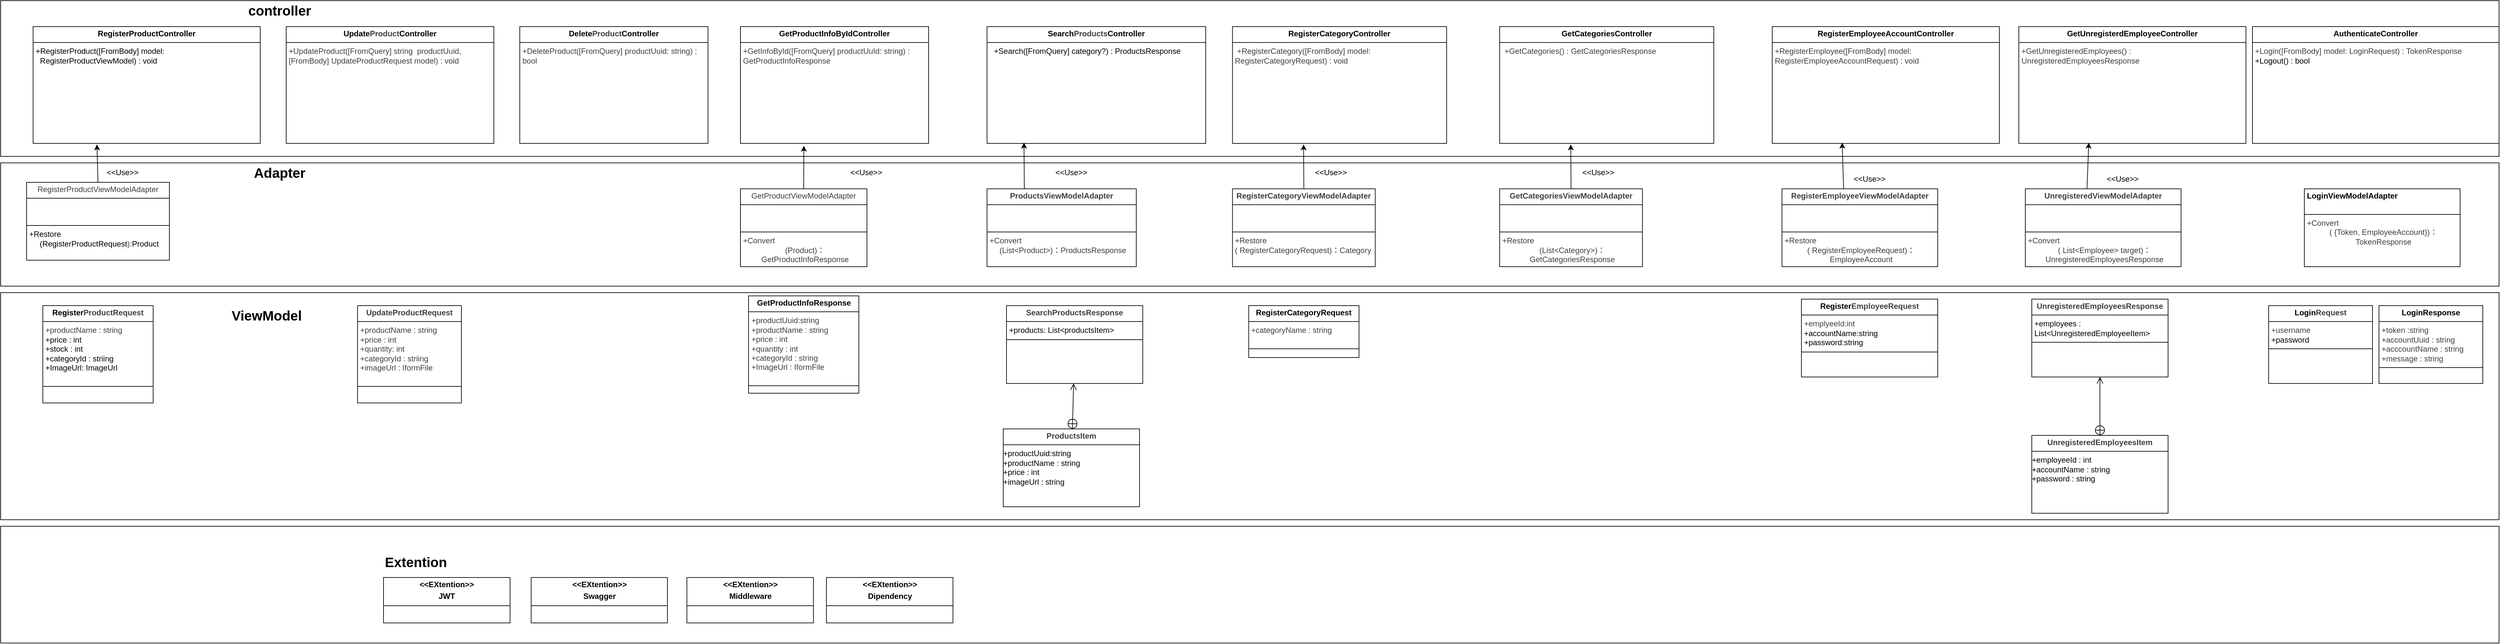
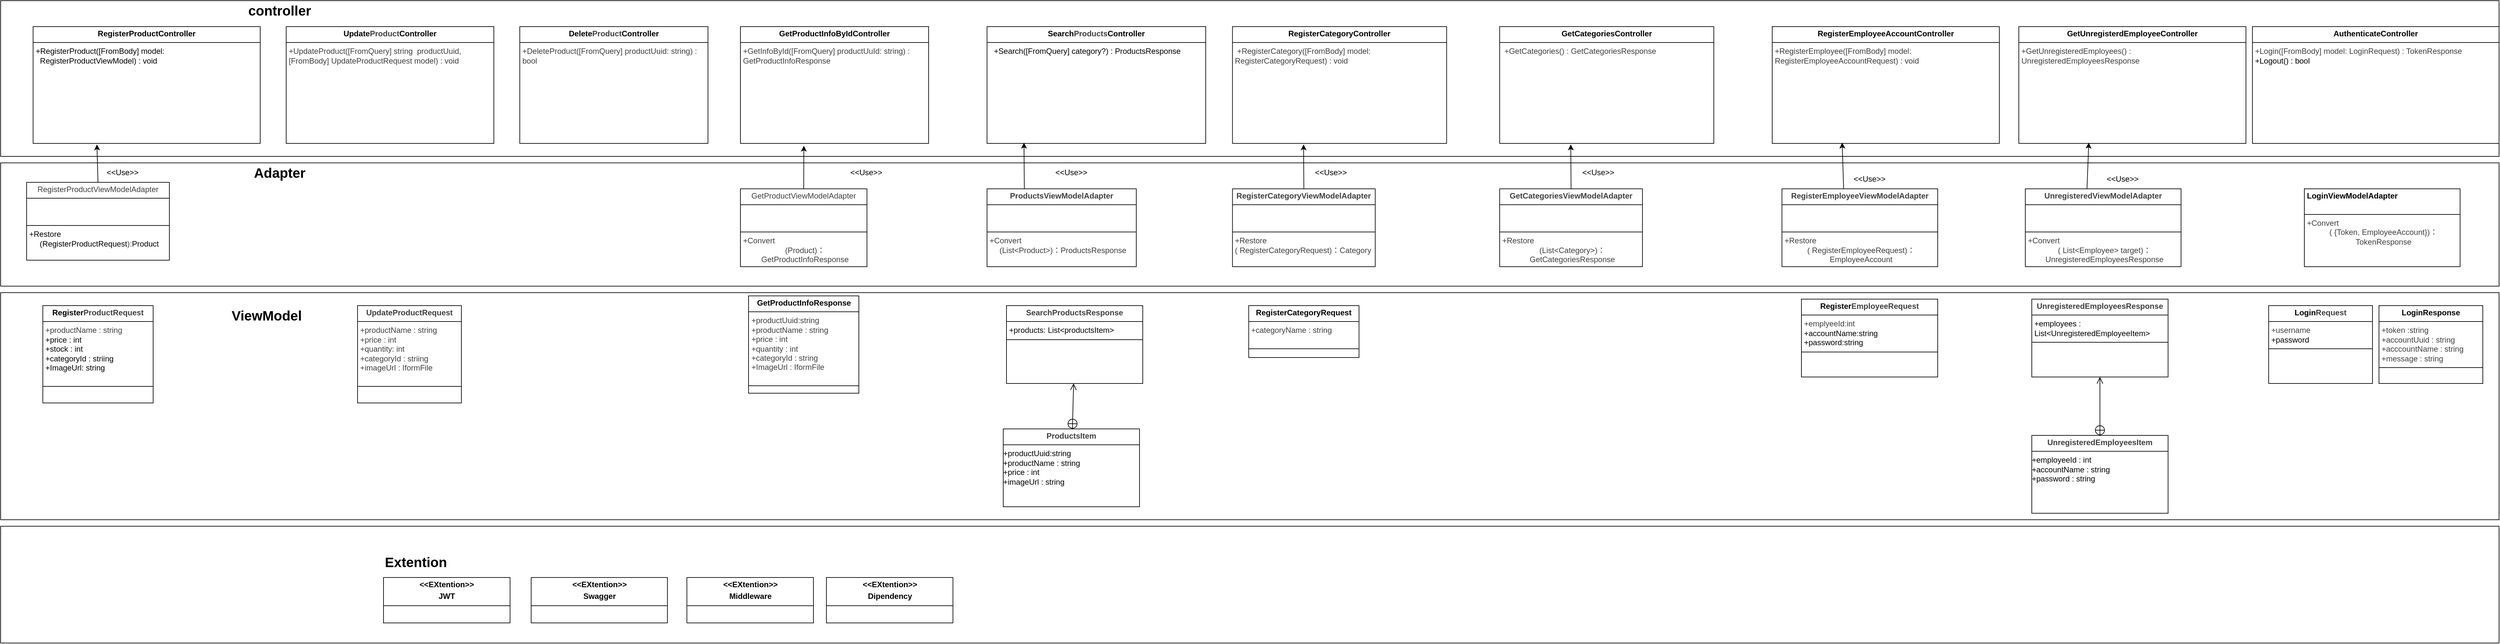
<mxfile host="65bd71144e">
    <diagram id="EApjV0AEF5bl3lN2ML2e" name="ページ1">
        <mxGraphModel dx="2465" dy="260" grid="1" gridSize="10" guides="1" tooltips="1" connect="1" arrows="1" fold="1" page="1" pageScale="1" pageWidth="827" pageHeight="1169" math="0" shadow="0">
            <root>
                <mxCell id="0"/>
                <mxCell id="1" parent="0"/>
                <mxCell id="115" value="" style="rounded=0;whiteSpace=wrap;html=1;" parent="1" vertex="1">
                    <mxGeometry x="-1030" y="1640" width="3850" height="180" as="geometry"/>
                </mxCell>
                <mxCell id="110" value="" style="rounded=0;whiteSpace=wrap;html=1;" parent="1" vertex="1">
                    <mxGeometry x="-1030" y="1280" width="3850" height="350" as="geometry"/>
                </mxCell>
                <mxCell id="108" value="" style="rounded=0;whiteSpace=wrap;html=1;" parent="1" vertex="1">
                    <mxGeometry x="-1030" y="830" width="3850" height="240" as="geometry"/>
                </mxCell>
                <mxCell id="66" value="" style="rounded=0;whiteSpace=wrap;html=1;" parent="1" vertex="1">
                    <mxGeometry x="-1030" y="1080" width="3850" height="190" as="geometry"/>
                </mxCell>
                <mxCell id="2" value="&lt;p style=&quot;margin:0px;margin-top:4px;text-align:center;&quot;&gt;&lt;b&gt;RegisterProductController&lt;/b&gt;&lt;/p&gt;&lt;hr size=&quot;1&quot; style=&quot;border-style:solid;&quot;&gt;&lt;p style=&quot;margin:0px;margin-left:4px;&quot;&gt;+RegisterProduct([FromBody] model:&amp;nbsp; &amp;nbsp;&amp;nbsp;&lt;/p&gt;&lt;p style=&quot;margin:0px;margin-left:4px;&quot;&gt;&amp;nbsp; RegisterProductViewModel) : void&lt;/p&gt;&lt;div&gt;&lt;br&gt;&lt;/div&gt;" style="verticalAlign=top;align=left;overflow=fill;html=1;whiteSpace=wrap;" parent="1" vertex="1">
                    <mxGeometry x="-980" y="870" width="350" height="180" as="geometry"/>
                </mxCell>
-                 <mxCell id="3" value="&lt;p style=&quot;margin:0px;margin-top:4px;text-align:center;&quot;&gt;&lt;b&gt;Register&lt;span style=&quot;color: rgb(63, 63, 63);&quot;&gt;ProductRequest&lt;/span&gt;&lt;/b&gt;&lt;/p&gt;&lt;hr size=&quot;1&quot; style=&quot;border-style:solid;&quot;&gt;&lt;p style=&quot;margin:0px;margin-left:4px;&quot;&gt;&lt;span style=&quot;color: rgb(63, 63, 63); background-color: transparent;&quot;&gt;+productName : string&lt;/span&gt;&lt;/p&gt;&lt;p style=&quot;margin:0px;margin-left:4px;&quot;&gt;+price : int&lt;/p&gt;&lt;p style=&quot;margin:0px;margin-left:4px;&quot;&gt;+stock : int&lt;/p&gt;&lt;p style=&quot;margin:0px;margin-left:4px;&quot;&gt;+categoryId : striing&lt;/p&gt;&lt;p style=&quot;margin:0px;margin-left:4px;&quot;&gt;+ImageUrl: ImageUrl&lt;/p&gt;&lt;p style=&quot;margin:0px;margin-left:4px;&quot;&gt;&lt;br&gt;&lt;/p&gt;&lt;hr size=&quot;1&quot; style=&quot;border-style:solid;&quot;&gt;&lt;p style=&quot;margin:0px;margin-left:4px;&quot;&gt;&lt;br&gt;&lt;/p&gt;" style="verticalAlign=top;align=left;overflow=fill;html=1;whiteSpace=wrap;" parent="1" vertex="1">
+                 <mxCell id="3" value="&lt;p style=&quot;margin:0px;margin-top:4px;text-align:center;&quot;&gt;&lt;b&gt;Register&lt;span style=&quot;color: rgb(63, 63, 63);&quot;&gt;ProductRequest&lt;/span&gt;&lt;/b&gt;&lt;/p&gt;&lt;hr size=&quot;1&quot; style=&quot;border-style:solid;&quot;&gt;&lt;p style=&quot;margin:0px;margin-left:4px;&quot;&gt;&lt;span style=&quot;color: rgb(63, 63, 63); background-color: transparent;&quot;&gt;+productName : string&lt;/span&gt;&lt;/p&gt;&lt;p style=&quot;margin:0px;margin-left:4px;&quot;&gt;+price : int&lt;/p&gt;&lt;p style=&quot;margin:0px;margin-left:4px;&quot;&gt;+stock : int&lt;/p&gt;&lt;p style=&quot;margin:0px;margin-left:4px;&quot;&gt;+categoryId : striing&lt;/p&gt;&lt;p style=&quot;margin:0px;margin-left:4px;&quot;&gt;+ImageUrl: string&lt;/p&gt;&lt;p style=&quot;margin:0px;margin-left:4px;&quot;&gt;&lt;br&gt;&lt;/p&gt;&lt;hr size=&quot;1&quot; style=&quot;border-style:solid;&quot;&gt;&lt;p style=&quot;margin:0px;margin-left:4px;&quot;&gt;&lt;br&gt;&lt;/p&gt;" style="verticalAlign=top;align=left;overflow=fill;html=1;whiteSpace=wrap;" parent="1" vertex="1">
                    <mxGeometry x="-965" y="1300" width="170" height="150" as="geometry"/>
                </mxCell>
                <mxCell id="4" value="&lt;p style=&quot;margin:0px;margin-top:4px;text-align:center;&quot;&gt;&lt;span style=&quot;color: rgb(63, 63, 63); background-color: transparent;&quot;&gt;Register&lt;span style=&quot;color: rgb(63, 63, 63); scrollbar-color: rgb(226, 226, 226) rgb(251, 251, 251);&quot;&gt;Product&lt;/span&gt;ViewModelAdapter&lt;/span&gt;&lt;/p&gt;&lt;hr size=&quot;1&quot; style=&quot;border-style:solid;&quot;&gt;&lt;p style=&quot;margin:0px;margin-left:4px;&quot;&gt;&lt;br&gt;&lt;/p&gt;&lt;p style=&quot;margin:0px;margin-left:4px;&quot;&gt;&lt;br&gt;&lt;/p&gt;&lt;hr size=&quot;1&quot; style=&quot;border-style:solid;&quot;&gt;&lt;p style=&quot;margin:0px;margin-left:4px;&quot;&gt;+Restore&lt;/p&gt;&lt;p style=&quot;text-align: center; margin: 0px 0px 0px 4px;&quot;&gt;&lt;span style=&quot;background-color: transparent;&quot;&gt;(RegisterProductRequest&lt;/span&gt;&lt;span style=&quot;background-color: transparent; color: rgb(63, 63, 63);&quot;&gt;):&lt;/span&gt;&lt;span style=&quot;background-color: transparent;&quot;&gt;Product&lt;/span&gt;&lt;/p&gt;" style="verticalAlign=top;align=left;overflow=fill;html=1;whiteSpace=wrap;" parent="1" vertex="1">
                    <mxGeometry x="-990" y="1110" width="220" height="120" as="geometry"/>
                </mxCell>
                <mxCell id="5" value="&lt;p style=&quot;margin:0px;margin-top:4px;text-align:center;&quot;&gt;&lt;b&gt;Update&lt;/b&gt;&lt;b style=&quot;color: rgb(63, 63, 63); scrollbar-color: rgb(226, 226, 226) rgb(251, 251, 251);&quot;&gt;Product&lt;/b&gt;&lt;b&gt;Controller&lt;/b&gt;&lt;/p&gt;&lt;hr size=&quot;1&quot; style=&quot;border-style:solid;&quot;&gt;&lt;p style=&quot;margin:0px;margin-left:4px;&quot;&gt;&lt;/p&gt;&lt;p style=&quot;margin:0px;margin-left:4px;&quot;&gt;&lt;span style=&quot;color: rgb(63, 63, 63); background-color: transparent;&quot;&gt;+UpdateProduct([FromQuery] string&amp;nbsp; productUuid,&amp;nbsp; [FromBody] UpdateProductRequest model) : void&lt;/span&gt;&lt;/p&gt;" style="verticalAlign=top;align=left;overflow=fill;html=1;whiteSpace=wrap;" parent="1" vertex="1">
                    <mxGeometry x="-590" y="870" width="320" height="180" as="geometry"/>
                </mxCell>
                <mxCell id="6" value="&lt;p style=&quot;margin:0px;margin-top:4px;text-align:center;&quot;&gt;&lt;b&gt;Delete&lt;/b&gt;&lt;b style=&quot;color: rgb(63, 63, 63); scrollbar-color: rgb(226, 226, 226) rgb(251, 251, 251);&quot;&gt;Product&lt;/b&gt;&lt;b&gt;Controller&lt;/b&gt;&lt;/p&gt;&lt;hr size=&quot;1&quot; style=&quot;border-style:solid;&quot;&gt;&lt;p style=&quot;color: rgb(63, 63, 63); scrollbar-color: rgb(226, 226, 226) rgb(251, 251, 251); margin: 0px 0px 0px 4px;&quot;&gt;&lt;span style=&quot;background-color: transparent;&quot;&gt;+DeleteProduct([FromQuery] productUuid: string) : bool&lt;/span&gt;&lt;/p&gt;" style="verticalAlign=top;align=left;overflow=fill;html=1;whiteSpace=wrap;" parent="1" vertex="1">
                    <mxGeometry x="-230" y="870" width="290" height="180" as="geometry"/>
                </mxCell>
                <mxCell id="7" value="&lt;p style=&quot;margin:0px;margin-top:4px;text-align:center;&quot;&gt;&lt;b&gt;Search&lt;/b&gt;&lt;b style=&quot;color: rgb(63, 63, 63); scrollbar-color: rgb(226, 226, 226) rgb(251, 251, 251);&quot;&gt;Products&lt;/b&gt;&lt;b&gt;Controller&lt;/b&gt;&lt;/p&gt;&lt;hr size=&quot;1&quot; style=&quot;border-style:solid;&quot;&gt;&lt;p style=&quot;margin:0px;margin-left:4px;&quot;&gt;&amp;nbsp; +Search([FromQuery] category?) : ProductsResponse&lt;/p&gt;" style="verticalAlign=top;align=left;overflow=fill;html=1;whiteSpace=wrap;" parent="1" vertex="1">
                    <mxGeometry x="490" y="870" width="337" height="180" as="geometry"/>
                </mxCell>
                <mxCell id="8" value="&lt;p style=&quot;margin:0px;margin-top:4px;text-align:center;&quot;&gt;&lt;b&gt;RegisterEmployeeAccountController&lt;/b&gt;&lt;/p&gt;&lt;hr size=&quot;1&quot; style=&quot;border-style:solid;&quot;&gt;&lt;p style=&quot;margin:0px;margin-left:4px;&quot;&gt;&lt;span style=&quot;color: rgb(63, 63, 63); background-color: transparent;&quot;&gt;+RegisterEmployee([FromBody] model: RegisterEmployeeAccountRequest) : void&lt;/span&gt;&lt;/p&gt;&lt;div&gt;&lt;br&gt;&lt;/div&gt;" style="verticalAlign=top;align=left;overflow=fill;html=1;whiteSpace=wrap;" parent="1" vertex="1">
                    <mxGeometry x="1700" y="870" width="350" height="180" as="geometry"/>
                </mxCell>
                <mxCell id="9" value="&lt;p style=&quot;margin:0px;margin-top:4px;text-align:center;&quot;&gt;&lt;b&gt;AuthenticateController&lt;/b&gt;&lt;/p&gt;&lt;hr size=&quot;1&quot; style=&quot;border-style:solid;&quot;&gt;&lt;p style=&quot;margin:0px;margin-left:4px;&quot;&gt;&lt;span style=&quot;color: rgb(63, 63, 63); background-color: transparent;&quot;&gt;+Login([FromBody] model: LoginRequest) : TokenResponse&amp;nbsp;&lt;/span&gt;&lt;/p&gt;&lt;p style=&quot;margin:0px;margin-left:4px;&quot;&gt;+Logout() : bool&lt;/p&gt;" style="verticalAlign=top;align=left;overflow=fill;html=1;whiteSpace=wrap;" parent="1" vertex="1">
                    <mxGeometry x="2440" y="870" width="380" height="180" as="geometry"/>
                </mxCell>
                <mxCell id="10" value="&lt;p style=&quot;margin:0px;margin-top:4px;text-align:center;&quot;&gt;&lt;b&gt;&lt;span style=&quot;background-color: transparent; color: rgb(63, 63, 63); scrollbar-color: rgb(226, 226, 226) rgb(251, 251, 251);&quot;&gt;Update&lt;/span&gt;&lt;span style=&quot;color: rgb(63, 63, 63);&quot;&gt;ProductRequest&lt;/span&gt;&lt;/b&gt;&lt;/p&gt;&lt;hr size=&quot;1&quot; style=&quot;border-style:solid;&quot;&gt;&lt;p style=&quot;color: rgb(63, 63, 63); scrollbar-color: rgb(226, 226, 226) rgb(251, 251, 251); margin: 0px 0px 0px 4px;&quot;&gt;&lt;span style=&quot;scrollbar-color: rgb(226, 226, 226) rgb(251, 251, 251); background-color: transparent; color: rgb(63, 63, 63);&quot;&gt;+productName : string&lt;/span&gt;&lt;/p&gt;&lt;p style=&quot;color: rgb(63, 63, 63); scrollbar-color: rgb(226, 226, 226) rgb(251, 251, 251); margin: 0px 0px 0px 4px;&quot;&gt;+price : int&lt;/p&gt;&lt;p style=&quot;color: rgb(63, 63, 63); scrollbar-color: rgb(226, 226, 226) rgb(251, 251, 251); margin: 0px 0px 0px 4px;&quot;&gt;+quantity: int&lt;/p&gt;&lt;p style=&quot;color: rgb(63, 63, 63); scrollbar-color: rgb(226, 226, 226) rgb(251, 251, 251); margin: 0px 0px 0px 4px;&quot;&gt;+categoryId : striing&lt;/p&gt;&lt;p style=&quot;color: rgb(63, 63, 63); scrollbar-color: rgb(226, 226, 226) rgb(251, 251, 251); margin: 0px 0px 0px 4px;&quot;&gt;+imageUrl : IformFile&lt;/p&gt;&lt;p style=&quot;color: rgb(63, 63, 63); scrollbar-color: rgb(226, 226, 226) rgb(251, 251, 251); margin: 0px 0px 0px 4px;&quot;&gt;&lt;br style=&quot;color: rgb(63, 63, 63); scrollbar-color: rgb(226, 226, 226) rgb(251, 251, 251);&quot;&gt;&lt;/p&gt;&lt;hr size=&quot;1&quot; style=&quot;border-style:solid;&quot;&gt;&lt;p style=&quot;margin:0px;margin-left:4px;&quot;&gt;&lt;br&gt;&lt;/p&gt;" style="verticalAlign=top;align=left;overflow=fill;html=1;whiteSpace=wrap;" parent="1" vertex="1">
                    <mxGeometry x="-480" y="1300" width="160" height="150" as="geometry"/>
                </mxCell>
                <mxCell id="12" value="&lt;p style=&quot;margin:0px;margin-top:4px;text-align:center;&quot;&gt;&lt;b&gt;Register&lt;/b&gt;&lt;b style=&quot;scrollbar-color: rgb(226, 226, 226) rgb(251, 251, 251); background-color: transparent; color: rgb(63, 63, 63);&quot;&gt;EmployeeRequest&lt;/b&gt;&lt;/p&gt;&lt;hr size=&quot;1&quot; style=&quot;border-style:solid;&quot;&gt;&lt;p style=&quot;margin:0px;margin-left:4px;&quot;&gt;&lt;span style=&quot;color: rgb(63, 63, 63); background-color: transparent;&quot;&gt;+emplyeeId:int&lt;/span&gt;&lt;/p&gt;&lt;p style=&quot;margin:0px;margin-left:4px;&quot;&gt;+accountName:string&lt;/p&gt;&lt;p style=&quot;margin:0px;margin-left:4px;&quot;&gt;+password:string&lt;/p&gt;&lt;hr size=&quot;1&quot; style=&quot;border-style:solid;&quot;&gt;&lt;p style=&quot;margin:0px;margin-left:4px;&quot;&gt;&lt;br&gt;&lt;/p&gt;" style="verticalAlign=top;align=left;overflow=fill;html=1;whiteSpace=wrap;" parent="1" vertex="1">
                    <mxGeometry x="1745" y="1290" width="210" height="120" as="geometry"/>
                </mxCell>
                <mxCell id="13" value="&lt;p style=&quot;margin:0px;margin-top:4px;text-align:center;&quot;&gt;&lt;b style=&quot;color: rgb(63, 63, 63); background-color: transparent;&quot;&gt;Register&lt;span style=&quot;color: rgb(63, 63, 63);&quot;&gt;Employee&lt;/span&gt;ViewModelAdapter&lt;/b&gt;&lt;/p&gt;&lt;hr size=&quot;1&quot; style=&quot;border-style:solid;&quot;&gt;&lt;p style=&quot;margin:0px;margin-left:4px;&quot;&gt;&lt;br&gt;&lt;/p&gt;&lt;p style=&quot;margin:0px;margin-left:4px;&quot;&gt;&lt;br&gt;&lt;/p&gt;&lt;hr size=&quot;1&quot; style=&quot;border-style:solid;&quot;&gt;&lt;p style=&quot;margin:0px;margin-left:4px;&quot;&gt;&lt;span style=&quot;color: rgb(63, 63, 63); scrollbar-color: rgb(226, 226, 226) rgb(251, 251, 251); background-color: transparent;&quot;&gt;+Restore&lt;/span&gt;&lt;/p&gt;&lt;p style=&quot;text-align: center; margin: 0px 0px 0px 4px;&quot;&gt;&lt;span style=&quot;color: rgb(63, 63, 63); scrollbar-color: rgb(226, 226, 226) rgb(251, 251, 251); background-color: transparent;&quot;&gt;(&lt;/span&gt;&lt;span style=&quot;scrollbar-color: rgb(226, 226, 226) rgb(251, 251, 251); background-color: transparent; text-align: center; color: rgb(63, 63, 63);&quot;&gt;&amp;nbsp;RegisterEmployeeRequest&lt;/span&gt;&lt;span style=&quot;background-color: transparent; scrollbar-color: rgb(226, 226, 226) rgb(251, 251, 251); color: rgb(63, 63, 63);&quot;&gt;)&lt;/span&gt;&lt;span style=&quot;background-color: transparent; color: rgb(63, 63, 63);&quot;&gt;：EmployeeAccount&lt;/span&gt;&lt;/p&gt;" style="verticalAlign=top;align=left;overflow=fill;html=1;whiteSpace=wrap;" parent="1" vertex="1">
                    <mxGeometry x="1715" y="1120" width="240" height="120" as="geometry"/>
                </mxCell>
                <mxCell id="16" value="&lt;p style=&quot;margin:0px;margin-top:4px;text-align:center;&quot;&gt;&lt;b&gt;Login&lt;span style=&quot;color: rgb(63, 63, 63);&quot;&gt;Request&lt;/span&gt;&lt;/b&gt;&lt;/p&gt;&lt;hr size=&quot;1&quot; style=&quot;border-style:solid;&quot;&gt;&lt;p style=&quot;margin:0px;margin-left:4px;&quot;&gt;&lt;span style=&quot;color: rgb(63, 63, 63); background-color: transparent;&quot;&gt;+username&lt;/span&gt;&lt;/p&gt;&lt;p style=&quot;margin:0px;margin-left:4px;&quot;&gt;+password&lt;/p&gt;&lt;hr size=&quot;1&quot; style=&quot;border-style:solid;&quot;&gt;&lt;p style=&quot;margin:0px;margin-left:4px;&quot;&gt;&lt;br&gt;&lt;/p&gt;" style="verticalAlign=top;align=left;overflow=fill;html=1;whiteSpace=wrap;" parent="1" vertex="1">
                    <mxGeometry x="2465" y="1300" width="160" height="120" as="geometry"/>
                </mxCell>
                <mxCell id="17" value="&lt;p style=&quot;margin:0px;margin-top:4px;text-align:center;&quot;&gt;&lt;b&gt;LoginResponse&lt;/b&gt;&lt;/p&gt;&lt;hr size=&quot;1&quot; style=&quot;border-style:solid;&quot;&gt;&lt;p style=&quot;margin:0px;margin-left:4px;&quot;&gt;&lt;span style=&quot;color: rgb(63, 63, 63); background-color: transparent;&quot;&gt;+token :string&lt;/span&gt;&lt;/p&gt;&lt;p style=&quot;margin:0px;margin-left:4px;&quot;&gt;&lt;span style=&quot;color: rgb(63, 63, 63); background-color: transparent;&quot;&gt;+accountUuid : string&lt;/span&gt;&lt;/p&gt;&lt;p style=&quot;margin:0px;margin-left:4px;&quot;&gt;&lt;span style=&quot;color: rgb(63, 63, 63); background-color: transparent;&quot;&gt;+acccountName : string&lt;/span&gt;&lt;/p&gt;&lt;p style=&quot;margin:0px;margin-left:4px;&quot;&gt;&lt;span style=&quot;color: rgb(63, 63, 63); background-color: transparent;&quot;&gt;+message : string&lt;/span&gt;&lt;/p&gt;&lt;hr size=&quot;1&quot; style=&quot;border-style:solid;&quot;&gt;&lt;p style=&quot;margin:0px;margin-left:4px;&quot;&gt;&lt;br&gt;&lt;/p&gt;" style="verticalAlign=top;align=left;overflow=fill;html=1;whiteSpace=wrap;" parent="1" vertex="1">
                    <mxGeometry x="2635" y="1300" width="160" height="120" as="geometry"/>
                </mxCell>
                <mxCell id="18" value="&lt;p style=&quot;margin:0px;margin-top:4px;text-align:center;&quot;&gt;&lt;b&gt;&amp;lt;&amp;lt;EXtention&amp;gt;&amp;gt;&lt;/b&gt;&lt;/p&gt;&lt;p style=&quot;margin:0px;margin-top:4px;text-align:center;&quot;&gt;&lt;b&gt;JWT&lt;/b&gt;&lt;/p&gt;&lt;hr size=&quot;1&quot; style=&quot;border-style:solid;&quot;&gt;&lt;p style=&quot;margin:0px;margin-left:4px;&quot;&gt;&lt;br&gt;&lt;/p&gt;&lt;p style=&quot;margin:0px;margin-left:4px;&quot;&gt;&lt;br&gt;&lt;/p&gt;&lt;hr size=&quot;1&quot; style=&quot;border-style:solid;&quot;&gt;&lt;p style=&quot;margin:0px;margin-left:4px;&quot;&gt;&lt;br&gt;&lt;/p&gt;&lt;p style=&quot;margin:0px;margin-left:4px;&quot;&gt;&lt;br&gt;&lt;/p&gt;" style="verticalAlign=top;align=left;overflow=fill;html=1;whiteSpace=wrap;" parent="1" vertex="1">
                    <mxGeometry x="-440" y="1719" width="195" height="70" as="geometry"/>
                </mxCell>
                <mxCell id="19" value="&lt;p style=&quot;margin:0px;margin-top:4px;text-align:center;&quot;&gt;&lt;b&gt;&amp;lt;&amp;lt;EXtention&amp;gt;&amp;gt;&lt;/b&gt;&lt;/p&gt;&lt;p style=&quot;margin:0px;margin-top:4px;text-align:center;&quot;&gt;&lt;b&gt;Swagger&lt;/b&gt;&lt;/p&gt;&lt;hr size=&quot;1&quot; style=&quot;border-style:solid;&quot;&gt;&lt;p style=&quot;margin:0px;margin-left:4px;&quot;&gt;&lt;br&gt;&lt;/p&gt;&lt;p style=&quot;margin:0px;margin-left:4px;&quot;&gt;&lt;br&gt;&lt;/p&gt;&lt;hr size=&quot;1&quot; style=&quot;border-style:solid;&quot;&gt;&lt;p style=&quot;margin:0px;margin-left:4px;&quot;&gt;&lt;br&gt;&lt;/p&gt;" style="verticalAlign=top;align=left;overflow=fill;html=1;whiteSpace=wrap;" parent="1" vertex="1">
                    <mxGeometry x="-212.5" y="1719" width="210" height="70" as="geometry"/>
                </mxCell>
                <mxCell id="20" value="&lt;p style=&quot;margin:0px;margin-top:4px;text-align:center;&quot;&gt;&lt;b&gt;&amp;lt;&amp;lt;EXtention&amp;gt;&amp;gt;&lt;/b&gt;&lt;/p&gt;&lt;p style=&quot;margin:0px;margin-top:4px;text-align:center;&quot;&gt;&lt;b&gt;Middleware&lt;/b&gt;&lt;/p&gt;&lt;hr size=&quot;1&quot; style=&quot;border-style:solid;&quot;&gt;&lt;p style=&quot;margin:0px;margin-left:4px;&quot;&gt;&lt;br&gt;&lt;/p&gt;&lt;hr size=&quot;1&quot; style=&quot;border-style:solid;&quot;&gt;&lt;p style=&quot;margin:0px;margin-left:4px;&quot;&gt;&lt;br&gt;&lt;/p&gt;" style="verticalAlign=top;align=left;overflow=fill;html=1;whiteSpace=wrap;" parent="1" vertex="1">
                    <mxGeometry x="27.5" y="1719" width="195" height="70" as="geometry"/>
                </mxCell>
                <mxCell id="21" value="&lt;p style=&quot;margin:0px;margin-top:4px;text-align:center;&quot;&gt;&lt;b&gt;&amp;lt;&amp;lt;EXtention&amp;gt;&amp;gt;&lt;/b&gt;&lt;/p&gt;&lt;p style=&quot;margin:0px;margin-top:4px;text-align:center;&quot;&gt;&lt;b&gt;Dipendency&lt;/b&gt;&lt;/p&gt;&lt;hr size=&quot;1&quot; style=&quot;border-style:solid;&quot;&gt;&lt;p style=&quot;margin:0px;margin-left:4px;&quot;&gt;&lt;br&gt;&lt;/p&gt;&lt;hr size=&quot;1&quot; style=&quot;border-style:solid;&quot;&gt;&lt;p style=&quot;margin:0px;margin-left:4px;&quot;&gt;&lt;br&gt;&lt;/p&gt;&lt;p style=&quot;margin:0px;margin-left:4px;&quot;&gt;&lt;br&gt;&lt;/p&gt;" style="verticalAlign=top;align=left;overflow=fill;html=1;whiteSpace=wrap;" parent="1" vertex="1">
                    <mxGeometry x="242.5" y="1719" width="195" height="70" as="geometry"/>
                </mxCell>
                <mxCell id="22" value="&lt;p style=&quot;margin:0px;margin-top:4px;text-align:center;&quot;&gt;&lt;b&gt;RegisterCategoryController&lt;/b&gt;&lt;/p&gt;&lt;hr size=&quot;1&quot; style=&quot;border-style:solid;&quot;&gt;&lt;p style=&quot;margin:0px;margin-left:4px;&quot;&gt;&lt;/p&gt;&lt;p style=&quot;margin:0px;margin-left:4px;&quot;&gt;&lt;span style=&quot;color: rgb(63, 63, 63); background-color: transparent;&quot;&gt;&amp;nbsp;+RegisterCategory([FromBody] model: RegisterCategoryRequest) : void&lt;/span&gt;&lt;/p&gt;" style="verticalAlign=top;align=left;overflow=fill;html=1;whiteSpace=wrap;" parent="1" vertex="1">
                    <mxGeometry x="868.25" y="870" width="330" height="180" as="geometry"/>
                </mxCell>
                <mxCell id="23" value="&lt;p style=&quot;margin:0px;margin-top:4px;text-align:center;&quot;&gt;&lt;b&gt;RegisterCategoryRequest&lt;/b&gt;&lt;/p&gt;&lt;hr size=&quot;1&quot; style=&quot;border-style:solid;&quot;&gt;&lt;p style=&quot;color: rgb(63, 63, 63); scrollbar-color: rgb(226, 226, 226) rgb(251, 251, 251); margin: 0px 0px 0px 4px;&quot;&gt;+categoryName : string&lt;/p&gt;&lt;p style=&quot;margin:0px;margin-left:4px;&quot;&gt;&lt;br&gt;&lt;/p&gt;&lt;hr size=&quot;1&quot; style=&quot;border-style:solid;&quot;&gt;&lt;p style=&quot;margin:0px;margin-left:4px;&quot;&gt;&lt;br&gt;&lt;/p&gt;" style="verticalAlign=top;align=left;overflow=fill;html=1;whiteSpace=wrap;" parent="1" vertex="1">
                    <mxGeometry x="893.25" y="1300" width="170" height="80" as="geometry"/>
                </mxCell>
                <mxCell id="26" style="edgeStyle=none;html=1;exitX=0.5;exitY=0;exitDx=0;exitDy=0;entryX=0.281;entryY=1.009;entryDx=0;entryDy=0;entryPerimeter=0;" parent="1" source="4" target="2" edge="1">
                    <mxGeometry relative="1" as="geometry"/>
                </mxCell>
                <mxCell id="31" value="&lt;p style=&quot;margin:0px;margin-top:4px;text-align:center;&quot;&gt;&lt;b style=&quot;color: rgb(63, 63, 63); background-color: transparent;&quot;&gt;RegisterCategoryViewModelAdapter&lt;/b&gt;&lt;/p&gt;&lt;hr size=&quot;1&quot; style=&quot;border-style:solid;&quot;&gt;&lt;p style=&quot;margin:0px;margin-left:4px;&quot;&gt;&lt;br&gt;&lt;/p&gt;&lt;p style=&quot;margin:0px;margin-left:4px;&quot;&gt;&lt;br&gt;&lt;/p&gt;&lt;hr size=&quot;1&quot; style=&quot;border-style:solid;&quot;&gt;&lt;p style=&quot;margin:0px;margin-left:4px;&quot;&gt;&lt;span style=&quot;color: rgb(63, 63, 63); scrollbar-color: rgb(226, 226, 226) rgb(251, 251, 251); background-color: transparent;&quot;&gt;+Restore&lt;/span&gt;&lt;/p&gt;&lt;p style=&quot;margin:0px;margin-left:4px;&quot;&gt;&lt;span style=&quot;color: rgb(63, 63, 63); scrollbar-color: rgb(226, 226, 226) rgb(251, 251, 251); background-color: transparent;&quot;&gt;(&lt;/span&gt;&lt;span style=&quot;scrollbar-color: rgb(226, 226, 226) rgb(251, 251, 251); background-color: transparent; text-align: center; color: rgb(63, 63, 63);&quot;&gt;&amp;nbsp;RegisterCategoryRequest&lt;/span&gt;&lt;span style=&quot;background-color: transparent; scrollbar-color: rgb(226, 226, 226) rgb(251, 251, 251); color: rgb(63, 63, 63);&quot;&gt;)&lt;/span&gt;&lt;span style=&quot;background-color: transparent; color: rgb(63, 63, 63);&quot;&gt;：Category&lt;/span&gt;&lt;/p&gt;" style="verticalAlign=top;align=left;overflow=fill;html=1;whiteSpace=wrap;" parent="1" vertex="1">
                    <mxGeometry x="868.25" y="1120" width="220" height="120" as="geometry"/>
                </mxCell>
                <mxCell id="33" style="edgeStyle=none;html=1;exitX=0.5;exitY=0;exitDx=0;exitDy=0;entryX=0.332;entryY=1.009;entryDx=0;entryDy=0;entryPerimeter=0;" parent="1" source="31" target="22" edge="1">
                    <mxGeometry relative="1" as="geometry"/>
                </mxCell>
                <mxCell id="34" style="edgeStyle=none;html=1;exitX=0.396;exitY=0;exitDx=0;exitDy=0;entryX=0.308;entryY=0.994;entryDx=0;entryDy=0;entryPerimeter=0;exitPerimeter=0;" parent="1" source="13" target="8" edge="1">
                    <mxGeometry relative="1" as="geometry"/>
                </mxCell>
                <mxCell id="38" value="&amp;lt;&amp;lt;Use&amp;gt;&amp;gt;" style="text;html=1;align=center;verticalAlign=middle;whiteSpace=wrap;rounded=0;" parent="1" vertex="1">
                    <mxGeometry x="1820" y="1090" width="60" height="30" as="geometry"/>
                </mxCell>
                <mxCell id="39" value="&amp;lt;&amp;lt;Use&amp;gt;&amp;gt;" style="text;html=1;align=center;verticalAlign=middle;whiteSpace=wrap;rounded=0;" parent="1" vertex="1">
                    <mxGeometry x="990" y="1080" width="60" height="30" as="geometry"/>
                </mxCell>
                <mxCell id="42" value="&amp;lt;&amp;lt;Use&amp;gt;&amp;gt;" style="text;html=1;align=center;verticalAlign=middle;whiteSpace=wrap;rounded=0;" parent="1" vertex="1">
                    <mxGeometry x="-871.75" y="1080" width="60" height="30" as="geometry"/>
                </mxCell>
                <mxCell id="47" value="controller" style="text;html=1;align=center;verticalAlign=middle;whiteSpace=wrap;rounded=0;fontStyle=1;fontSize=21;" parent="1" vertex="1">
                    <mxGeometry x="-630" y="830" width="60" height="30" as="geometry"/>
                </mxCell>
                <mxCell id="64" value="Adapter" style="text;html=1;align=center;verticalAlign=middle;whiteSpace=wrap;rounded=0;fontStyle=1;fontSize=21;" parent="1" vertex="1">
                    <mxGeometry x="-630" y="1080" width="60" height="30" as="geometry"/>
                </mxCell>
                <mxCell id="67" value="ViewModel" style="text;html=1;align=center;verticalAlign=middle;whiteSpace=wrap;rounded=0;fontStyle=1;fontSize=21;" parent="1" vertex="1">
                    <mxGeometry x="-650" y="1300" width="60" height="30" as="geometry"/>
                </mxCell>
                <mxCell id="68" value="Extention" style="text;html=1;align=center;verticalAlign=middle;whiteSpace=wrap;rounded=0;fontStyle=1;fontSize=21;" parent="1" vertex="1">
                    <mxGeometry x="-420" y="1680" width="60" height="30" as="geometry"/>
                </mxCell>
                <mxCell id="80" value="&lt;p style=&quot;margin:0px;margin-top:4px;text-align:center;&quot;&gt;&lt;span style=&quot;color: rgb(63, 63, 63); background-color: transparent;&quot;&gt;&lt;b&gt;&lt;span style=&quot;color: rgb(63, 63, 63);&quot;&gt;Products&lt;/span&gt;ViewModelAdapter&lt;/b&gt;&lt;/span&gt;&lt;/p&gt;&lt;hr size=&quot;1&quot; style=&quot;border-style:solid;&quot;&gt;&lt;p style=&quot;margin:0px;margin-left:4px;&quot;&gt;&lt;br&gt;&lt;/p&gt;&lt;p style=&quot;margin:0px;margin-left:4px;&quot;&gt;&lt;br&gt;&lt;/p&gt;&lt;hr size=&quot;1&quot; style=&quot;border-style:solid;&quot;&gt;&lt;p style=&quot;margin:0px;margin-left:4px;&quot;&gt;&lt;span style=&quot;color: rgb(63, 63, 63); scrollbar-color: rgb(226, 226, 226) rgb(251, 251, 251); background-color: transparent;&quot;&gt;+Convert&lt;/span&gt;&lt;/p&gt;&lt;p style=&quot;text-align: center; margin: 0px 0px 0px 4px;&quot;&gt;&lt;span style=&quot;color: rgb(63, 63, 63); scrollbar-color: rgb(226, 226, 226) rgb(251, 251, 251); background-color: transparent;&quot;&gt;(List&amp;lt;Product&amp;gt;&lt;/span&gt;&lt;span style=&quot;background-color: transparent; scrollbar-color: rgb(226, 226, 226) rgb(251, 251, 251); color: rgb(63, 63, 63);&quot;&gt;)&lt;/span&gt;&lt;span style=&quot;background-color: transparent; color: rgb(63, 63, 63);&quot;&gt;：&lt;/span&gt;&lt;span style=&quot;background-color: transparent; scrollbar-color: rgb(226, 226, 226) rgb(251, 251, 251); color: rgb(63, 63, 63);&quot;&gt;ProductsResponse&lt;/span&gt;&lt;/p&gt;" style="verticalAlign=top;align=left;overflow=fill;html=1;whiteSpace=wrap;" parent="1" vertex="1">
                    <mxGeometry x="490" y="1120" width="230" height="120" as="geometry"/>
                </mxCell>
                <mxCell id="81" value="&amp;lt;&amp;lt;Use&amp;gt;&amp;gt;" style="text;html=1;align=center;verticalAlign=middle;whiteSpace=wrap;rounded=0;" parent="1" vertex="1">
                    <mxGeometry x="590" y="1080" width="60" height="30" as="geometry"/>
                </mxCell>
                <mxCell id="82" style="edgeStyle=none;html=1;exitX=0.25;exitY=0;exitDx=0;exitDy=0;entryX=0.169;entryY=0.994;entryDx=0;entryDy=0;entryPerimeter=0;" parent="1" source="80" target="7" edge="1">
                    <mxGeometry relative="1" as="geometry"/>
                </mxCell>
                <mxCell id="84" value="&lt;p style=&quot;margin:0px;margin-top:4px;text-align:center;&quot;&gt;&lt;b&gt;GetUnregisterdEmployeeController&lt;/b&gt;&lt;/p&gt;&lt;hr size=&quot;1&quot; style=&quot;border-style:solid;&quot;&gt;&lt;p style=&quot;margin:0px;margin-left:4px;&quot;&gt;&lt;span style=&quot;color: rgb(63, 63, 63); background-color: transparent;&quot;&gt;+GetUnregisteredEmployees() : UnregisteredEmployeesResponse&lt;/span&gt;&lt;/p&gt;&lt;div&gt;&lt;br&gt;&lt;/div&gt;" style="verticalAlign=top;align=left;overflow=fill;html=1;whiteSpace=wrap;" parent="1" vertex="1">
                    <mxGeometry x="2080" y="870" width="350" height="180" as="geometry"/>
                </mxCell>
                <mxCell id="85" value="&lt;p style=&quot;margin:0px;margin-top:4px;text-align:center;&quot;&gt;&lt;b style=&quot;color: rgb(63, 63, 63); background-color: transparent;&quot;&gt;UnregisteredViewModelAdapter&lt;/b&gt;&lt;/p&gt;&lt;hr size=&quot;1&quot; style=&quot;border-style:solid;&quot;&gt;&lt;p style=&quot;margin:0px;margin-left:4px;&quot;&gt;&lt;br&gt;&lt;/p&gt;&lt;p style=&quot;margin:0px;margin-left:4px;&quot;&gt;&lt;br&gt;&lt;/p&gt;&lt;hr size=&quot;1&quot; style=&quot;border-style:solid;&quot;&gt;&lt;p style=&quot;margin:0px;margin-left:4px;&quot;&gt;&lt;span style=&quot;color: rgb(63, 63, 63); scrollbar-color: rgb(226, 226, 226) rgb(251, 251, 251); background-color: transparent;&quot;&gt;+Convert&lt;/span&gt;&lt;/p&gt;&lt;p style=&quot;text-align: center; margin: 0px 0px 0px 4px;&quot;&gt;&lt;span style=&quot;color: rgb(63, 63, 63); scrollbar-color: rgb(226, 226, 226) rgb(251, 251, 251); background-color: transparent;&quot;&gt;(&lt;/span&gt;&lt;span style=&quot;scrollbar-color: rgb(226, 226, 226) rgb(251, 251, 251); background-color: transparent; text-align: center; color: rgb(63, 63, 63);&quot;&gt;&amp;nbsp;List&amp;lt;Employee&amp;gt; target&lt;/span&gt;&lt;span style=&quot;background-color: transparent; scrollbar-color: rgb(226, 226, 226) rgb(251, 251, 251); color: rgb(63, 63, 63);&quot;&gt;)&lt;/span&gt;&lt;span style=&quot;background-color: transparent; color: rgb(63, 63, 63);&quot;&gt;：UnregisteredEmployeesResponse&lt;/span&gt;&lt;/p&gt;" style="verticalAlign=top;align=left;overflow=fill;html=1;whiteSpace=wrap;" parent="1" vertex="1">
                    <mxGeometry x="2090" y="1120" width="240" height="120" as="geometry"/>
                </mxCell>
                <mxCell id="86" style="edgeStyle=none;html=1;exitX=0.396;exitY=0;exitDx=0;exitDy=0;entryX=0.308;entryY=0.994;entryDx=0;entryDy=0;entryPerimeter=0;exitPerimeter=0;" parent="1" source="85" target="84" edge="1">
                    <mxGeometry relative="1" as="geometry"/>
                </mxCell>
                <mxCell id="87" value="&amp;lt;&amp;lt;Use&amp;gt;&amp;gt;" style="text;html=1;align=center;verticalAlign=middle;whiteSpace=wrap;rounded=0;" parent="1" vertex="1">
                    <mxGeometry x="2210" y="1090" width="60" height="30" as="geometry"/>
                </mxCell>
                <mxCell id="88" value="&lt;p style=&quot;margin:0px;margin-top:4px;text-align:center;&quot;&gt;&lt;b&gt;GetCategoriesController&lt;/b&gt;&lt;/p&gt;&lt;hr size=&quot;1&quot; style=&quot;border-style:solid;&quot;&gt;&lt;p style=&quot;margin:0px;margin-left:4px;&quot;&gt;&lt;span style=&quot;color: rgb(63, 63, 63); background-color: transparent;&quot;&gt;&amp;nbsp;+GetCategories() : GetCategoriesResponse&lt;/span&gt;&lt;/p&gt;" style="verticalAlign=top;align=left;overflow=fill;html=1;whiteSpace=wrap;" parent="1" vertex="1">
                    <mxGeometry x="1280" y="870" width="330" height="180" as="geometry"/>
                </mxCell>
                <mxCell id="89" value="&lt;p style=&quot;margin:0px;margin-top:4px;text-align:center;&quot;&gt;&lt;b style=&quot;color: rgb(63, 63, 63); background-color: transparent;&quot;&gt;GetCategoriesViewModelAdapter&lt;/b&gt;&lt;/p&gt;&lt;hr size=&quot;1&quot; style=&quot;border-style:solid;&quot;&gt;&lt;p style=&quot;margin:0px;margin-left:4px;&quot;&gt;&lt;br&gt;&lt;/p&gt;&lt;p style=&quot;margin:0px;margin-left:4px;&quot;&gt;&lt;br&gt;&lt;/p&gt;&lt;hr size=&quot;1&quot; style=&quot;border-style:solid;&quot;&gt;&lt;p style=&quot;margin:0px;margin-left:4px;&quot;&gt;&lt;span style=&quot;color: rgb(63, 63, 63); scrollbar-color: rgb(226, 226, 226) rgb(251, 251, 251); background-color: transparent;&quot;&gt;+&lt;/span&gt;&lt;span style=&quot;background-color: transparent; color: rgb(63, 63, 63);&quot;&gt;Restore&lt;/span&gt;&lt;/p&gt;&lt;p style=&quot;text-align: center; margin: 0px 0px 0px 4px;&quot;&gt;&lt;span style=&quot;color: rgb(63, 63, 63); scrollbar-color: rgb(226, 226, 226) rgb(251, 251, 251); background-color: transparent;&quot;&gt;(List&amp;lt;Category&amp;gt;&lt;/span&gt;&lt;span style=&quot;background-color: transparent; scrollbar-color: rgb(226, 226, 226) rgb(251, 251, 251); color: rgb(63, 63, 63);&quot;&gt;)&lt;/span&gt;&lt;span style=&quot;background-color: transparent; color: rgb(63, 63, 63);&quot;&gt;：GetCategoriesResponse&lt;/span&gt;&lt;/p&gt;" style="verticalAlign=top;align=left;overflow=fill;html=1;whiteSpace=wrap;" parent="1" vertex="1">
                    <mxGeometry x="1280" y="1120" width="220" height="120" as="geometry"/>
                </mxCell>
                <mxCell id="90" style="edgeStyle=none;html=1;exitX=0.5;exitY=0;exitDx=0;exitDy=0;entryX=0.332;entryY=1.009;entryDx=0;entryDy=0;entryPerimeter=0;" parent="1" source="89" target="88" edge="1">
                    <mxGeometry relative="1" as="geometry"/>
                </mxCell>
                <mxCell id="91" value="&amp;lt;&amp;lt;Use&amp;gt;&amp;gt;" style="text;html=1;align=center;verticalAlign=middle;whiteSpace=wrap;rounded=0;" parent="1" vertex="1">
                    <mxGeometry x="1401.75" y="1080" width="60" height="30" as="geometry"/>
                </mxCell>
                <mxCell id="92" style="edgeStyle=none;html=1;exitX=0.5;exitY=0;exitDx=0;exitDy=0;entryX=0.337;entryY=1.02;entryDx=0;entryDy=0;entryPerimeter=0;" parent="1" source="94" target="93" edge="1">
                    <mxGeometry relative="1" as="geometry"/>
                </mxCell>
                <mxCell id="93" value="&lt;p style=&quot;margin:0px;margin-top:4px;text-align:center;&quot;&gt;&lt;b&gt;GetProductInfoByIdController&lt;/b&gt;&lt;/p&gt;&lt;hr size=&quot;1&quot; style=&quot;border-style:solid;&quot;&gt;&lt;p style=&quot;color: rgb(63, 63, 63); scrollbar-color: rgb(226, 226, 226) rgb(251, 251, 251); margin: 0px 0px 0px 4px;&quot;&gt;&lt;span style=&quot;background-color: transparent;&quot;&gt;+GetInfoById([FromQuery] productUuId: string) : GetProductInfoResponse&lt;/span&gt;&lt;/p&gt;" style="verticalAlign=top;align=left;overflow=fill;html=1;whiteSpace=wrap;" parent="1" vertex="1">
                    <mxGeometry x="110" y="870" width="290" height="180" as="geometry"/>
                </mxCell>
                <mxCell id="94" value="&lt;p style=&quot;margin:0px;margin-top:4px;text-align:center;&quot;&gt;&lt;span style=&quot;color: rgb(63, 63, 63); background-color: transparent;&quot;&gt;&lt;span style=&quot;color: rgb(63, 63, 63);&quot;&gt;GetProduct&lt;/span&gt;ViewModelAdapter&lt;/span&gt;&lt;/p&gt;&lt;hr size=&quot;1&quot; style=&quot;border-style:solid;&quot;&gt;&lt;p style=&quot;margin:0px;margin-left:4px;&quot;&gt;&lt;br&gt;&lt;/p&gt;&lt;p style=&quot;margin:0px;margin-left:4px;&quot;&gt;&lt;br&gt;&lt;/p&gt;&lt;hr size=&quot;1&quot; style=&quot;border-style:solid;&quot;&gt;&lt;p style=&quot;margin:0px;margin-left:4px;&quot;&gt;&lt;span style=&quot;color: rgb(63, 63, 63); scrollbar-color: rgb(226, 226, 226) rgb(251, 251, 251); background-color: transparent;&quot;&gt;+Convert&lt;/span&gt;&lt;/p&gt;&lt;p style=&quot;text-align: center; margin: 0px 0px 0px 4px;&quot;&gt;&lt;span style=&quot;color: rgb(63, 63, 63); scrollbar-color: rgb(226, 226, 226) rgb(251, 251, 251); background-color: transparent;&quot;&gt;(Product&lt;/span&gt;&lt;span style=&quot;background-color: transparent; scrollbar-color: rgb(226, 226, 226) rgb(251, 251, 251); color: rgb(63, 63, 63);&quot;&gt;)&lt;/span&gt;&lt;span style=&quot;background-color: transparent; color: rgb(63, 63, 63);&quot;&gt;：GetProductInfoResponse&lt;/span&gt;&lt;/p&gt;" style="verticalAlign=top;align=left;overflow=fill;html=1;whiteSpace=wrap;" parent="1" vertex="1">
                    <mxGeometry x="110" y="1120" width="195" height="120" as="geometry"/>
                </mxCell>
                <mxCell id="95" value="&amp;lt;&amp;lt;Use&amp;gt;&amp;gt;" style="text;html=1;align=center;verticalAlign=middle;whiteSpace=wrap;rounded=0;" parent="1" vertex="1">
                    <mxGeometry x="273.75" y="1080" width="60" height="30" as="geometry"/>
                </mxCell>
                <mxCell id="98" value="&lt;p style=&quot;margin:0px;margin-top:4px;text-align:center;&quot;&gt;&lt;span style=&quot;color: rgb(63, 63, 63);&quot;&gt;&lt;b&gt;UnregisteredEmployeesResponse&lt;/b&gt;&lt;/span&gt;&lt;/p&gt;&lt;hr size=&quot;1&quot; style=&quot;border-style:solid;&quot;&gt;&lt;p style=&quot;margin:0px;margin-left:4px;&quot;&gt;+employees : List&amp;lt;UnregisteredEmployeeItem&amp;gt;&amp;nbsp;&lt;/p&gt;&lt;hr size=&quot;1&quot; style=&quot;border-style:solid;&quot;&gt;&lt;p style=&quot;margin:0px;margin-left:4px;&quot;&gt;&lt;br&gt;&lt;/p&gt;" style="verticalAlign=top;align=left;overflow=fill;html=1;whiteSpace=wrap;" parent="1" vertex="1">
                    <mxGeometry x="2100" y="1290" width="210" height="120" as="geometry"/>
                </mxCell>
                <mxCell id="99" value="&lt;p style=&quot;margin:0px;margin-top:4px;text-align:center;&quot;&gt;&lt;span style=&quot;color: rgb(63, 63, 63);&quot;&gt;&lt;b&gt;UnregisteredEmployeesItem&lt;/b&gt;&lt;/span&gt;&lt;/p&gt;&lt;hr size=&quot;1&quot; style=&quot;border-style:solid;&quot;&gt;&lt;p style=&quot;margin:0px;margin-left:4px;&quot;&gt;&lt;/p&gt;&lt;p style=&quot;margin:0px;margin-left:4px;&quot;&gt;&lt;/p&gt;+employeeId : int&amp;nbsp;&lt;div&gt;+accountName : string&amp;nbsp;&lt;/div&gt;&lt;div&gt;+password : string&lt;/div&gt;" style="verticalAlign=top;align=left;overflow=fill;html=1;whiteSpace=wrap;" parent="1" vertex="1">
                    <mxGeometry x="2100" y="1500" width="210" height="120" as="geometry"/>
                </mxCell>
                <mxCell id="101" value="&lt;p style=&quot;margin:0px;margin-top:4px;text-align:center;&quot;&gt;&lt;span style=&quot;color: rgb(63, 63, 63);&quot;&gt;&lt;b&gt;SearchProductsResponse&lt;/b&gt;&lt;/span&gt;&lt;/p&gt;&lt;hr size=&quot;1&quot; style=&quot;border-style:solid;&quot;&gt;&lt;p style=&quot;margin:0px;margin-left:4px;&quot;&gt;+products: List&amp;lt;productsItem&amp;gt;&amp;nbsp;&lt;/p&gt;&lt;hr size=&quot;1&quot; style=&quot;border-style:solid;&quot;&gt;&lt;p style=&quot;margin:0px;margin-left:4px;&quot;&gt;&lt;br&gt;&lt;/p&gt;" style="verticalAlign=top;align=left;overflow=fill;html=1;whiteSpace=wrap;" parent="1" vertex="1">
                    <mxGeometry x="520" y="1300" width="210" height="120" as="geometry"/>
                </mxCell>
                <mxCell id="102" value="&lt;p style=&quot;margin:0px;margin-top:4px;text-align:center;&quot;&gt;&lt;span style=&quot;color: rgb(63, 63, 63);&quot;&gt;&lt;b&gt;ProductsItem&lt;/b&gt;&lt;/span&gt;&lt;/p&gt;&lt;hr size=&quot;1&quot; style=&quot;border-style:solid;&quot;&gt;&lt;p style=&quot;margin:0px;margin-left:4px;&quot;&gt;&lt;/p&gt;&lt;p style=&quot;margin:0px;margin-left:4px;&quot;&gt;&lt;/p&gt;+productUuid:string&lt;div&gt;+productName : string&amp;nbsp;&lt;/div&gt;&lt;div&gt;+price : int&lt;/div&gt;&lt;div&gt;+imageUrl : string&lt;/div&gt;" style="verticalAlign=top;align=left;overflow=fill;html=1;whiteSpace=wrap;" parent="1" vertex="1">
                    <mxGeometry x="515" y="1490" width="210" height="120" as="geometry"/>
                </mxCell>
                <mxCell id="103" value="&lt;p style=&quot;margin:0px;margin-top:4px;text-align:center;&quot;&gt;&lt;b&gt;GetProductInfoResponse&lt;/b&gt;&lt;/p&gt;&lt;hr size=&quot;1&quot; style=&quot;border-style:solid;&quot;&gt;&lt;p style=&quot;color: rgb(63, 63, 63); scrollbar-color: rgb(226, 226, 226) rgb(251, 251, 251); margin: 0px 0px 0px 4px;&quot;&gt;&lt;span style=&quot;scrollbar-color: rgb(226, 226, 226) rgb(251, 251, 251); background-color: transparent; color: rgb(63, 63, 63);&quot;&gt;+productUuid:string&lt;/span&gt;&lt;/p&gt;&lt;p style=&quot;color: rgb(63, 63, 63); scrollbar-color: rgb(226, 226, 226) rgb(251, 251, 251); margin: 0px 0px 0px 4px;&quot;&gt;&lt;span style=&quot;scrollbar-color: rgb(226, 226, 226) rgb(251, 251, 251); background-color: transparent; color: rgb(63, 63, 63);&quot;&gt;+productName : string&lt;/span&gt;&lt;/p&gt;&lt;p style=&quot;color: rgb(63, 63, 63); scrollbar-color: rgb(226, 226, 226) rgb(251, 251, 251); margin: 0px 0px 0px 4px;&quot;&gt;+price : int&lt;/p&gt;&lt;p style=&quot;color: rgb(63, 63, 63); scrollbar-color: rgb(226, 226, 226) rgb(251, 251, 251); margin: 0px 0px 0px 4px;&quot;&gt;+quantity : int&lt;/p&gt;&lt;p style=&quot;color: rgb(63, 63, 63); scrollbar-color: rgb(226, 226, 226) rgb(251, 251, 251); margin: 0px 0px 0px 4px;&quot;&gt;+categoryId : string&lt;/p&gt;&lt;p style=&quot;color: rgb(63, 63, 63); scrollbar-color: rgb(226, 226, 226) rgb(251, 251, 251); margin: 0px 0px 0px 4px;&quot;&gt;+ImageUrl : IformFile&lt;/p&gt;&lt;p style=&quot;margin:0px;margin-left:4px;&quot;&gt;&lt;br&gt;&lt;/p&gt;&lt;hr size=&quot;1&quot; style=&quot;border-style:solid;&quot;&gt;&lt;p style=&quot;margin:0px;margin-left:4px;&quot;&gt;&lt;br&gt;&lt;/p&gt;" style="verticalAlign=top;align=left;overflow=fill;html=1;whiteSpace=wrap;" parent="1" vertex="1">
                    <mxGeometry x="122.5" y="1285" width="170" height="150" as="geometry"/>
                </mxCell>
                <mxCell id="105" value="&lt;p style=&quot;margin:0px;margin-top:4px;text-align:center;&quot;&gt;&lt;/p&gt;&lt;p style=&quot;margin:0px;margin-left:4px;&quot;&gt;&lt;b&gt;LoginViewModelAdapter&lt;/b&gt;&lt;/p&gt;&lt;p style=&quot;margin:0px;margin-left:4px;&quot;&gt;&lt;br&gt;&lt;/p&gt;&lt;hr size=&quot;1&quot; style=&quot;border-style:solid;&quot;&gt;&lt;p style=&quot;margin:0px;margin-left:4px;&quot;&gt;&lt;span style=&quot;color: rgb(63, 63, 63); scrollbar-color: rgb(226, 226, 226) rgb(251, 251, 251); background-color: transparent;&quot;&gt;+Convert&lt;/span&gt;&lt;/p&gt;&lt;p style=&quot;text-align: center; margin: 0px 0px 0px 4px;&quot;&gt;&lt;span style=&quot;color: rgb(63, 63, 63); scrollbar-color: rgb(226, 226, 226) rgb(251, 251, 251); background-color: transparent;&quot;&gt;(&lt;/span&gt;&lt;span style=&quot;scrollbar-color: rgb(226, 226, 226) rgb(251, 251, 251); background-color: transparent; text-align: center; color: rgb(63, 63, 63);&quot;&gt;&amp;nbsp;{Token, EmployeeAccount}&lt;/span&gt;&lt;span style=&quot;background-color: transparent; scrollbar-color: rgb(226, 226, 226) rgb(251, 251, 251); color: rgb(63, 63, 63);&quot;&gt;)&lt;/span&gt;&lt;span style=&quot;background-color: transparent; color: rgb(63, 63, 63);&quot;&gt;：TokenResponse&lt;/span&gt;&lt;/p&gt;" style="verticalAlign=top;align=left;overflow=fill;html=1;whiteSpace=wrap;" parent="1" vertex="1">
                    <mxGeometry x="2520" y="1120" width="240" height="120" as="geometry"/>
                </mxCell>
                <mxCell id="112" value="" style="endArrow=open;startArrow=circlePlus;endFill=0;startFill=0;endSize=8;html=1;" parent="1" source="102" target="101" edge="1">
                    <mxGeometry width="160" relative="1" as="geometry">
                        <mxPoint x="650" y="1450" as="sourcePoint"/>
                        <mxPoint x="810" y="1450" as="targetPoint"/>
                    </mxGeometry>
                </mxCell>
                <mxCell id="114" value="" style="endArrow=open;startArrow=circlePlus;endFill=0;startFill=0;endSize=8;html=1;" parent="1" source="99" target="98" edge="1">
                    <mxGeometry width="160" relative="1" as="geometry">
                        <mxPoint x="2170" y="1450" as="sourcePoint"/>
                        <mxPoint x="2330" y="1450" as="targetPoint"/>
                    </mxGeometry>
                </mxCell>
            </root>
        </mxGraphModel>
    </diagram>
</mxfile>